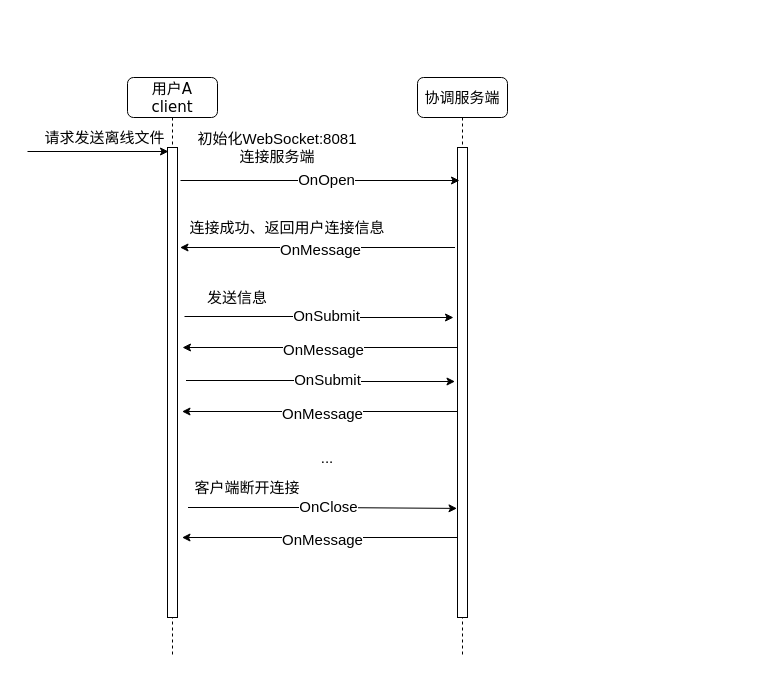
The draw.io diagram WebSocket连接.drawio in Whistle1988/code, before the edit. Source tidied: cells renumbered, new cells numbered last; positions are measured from the earlier drawing's top-left corner, leaving out a move shared by most shapes. Both pictures are drawn from the tidied source at 100%, with x=0, y=0 at pixel (27, 77).
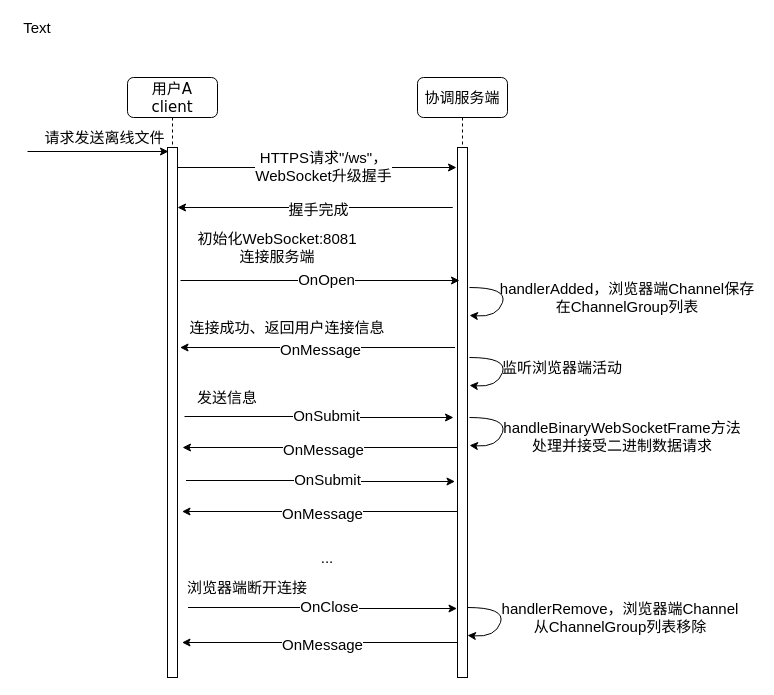
Above is the later version.

Change to the diagram source:
```diff
@@
     <mxCell id="2" value="协调服务端" style="shape=umlLifeline;perimeter=lifelinePerimeter;whiteSpace=wrap;html=1;rounded=1;shadow=0;comic=0;labelBackgroundColor=none;strokeWidth=1;fontFamily=Verdana;fontSize=15;align=center;flipH=1;" parent="1" vertex="1">
-      <mxGeometry x="390" width="90" height="580" as="geometry" />
+      <mxGeometry x="390" width="90" height="600" as="geometry" />
     </mxCell>
     <mxCell id="3" style="html=1;perimeter=orthogonalPerimeter;rounded=0;shadow=0;comic=0;labelBackgroundColor=none;strokeWidth=1;fontFamily=Verdana;fontSize=15;align=center;" parent="2" vertex="1">
-      <mxGeometry x="40" y="70" width="10" height="470" as="geometry" />
+      <mxGeometry x="40" y="70" width="10" height="530" as="geometry" />
     </mxCell>
+    <mxCell id="29" style="curved=1;endArrow=classic;html=1;fontSize=15;entryX=1.2;entryY=0.421;entryDx=0;entryDy=0;entryPerimeter=0;" parent="2" edge="1">
+      <mxGeometry relative="1" as="geometry">
+        <mxPoint x="52" y="340" as="sourcePoint" />
+        <mxPoint x="52" y="367.9" as="targetPoint" />
+        <Array as="points">
+          <mxPoint x="90" y="340" />
+          <mxPoint x="80" y="370" />
+        </Array>
+      </mxGeometry>
+    </mxCell>
     <mxCell id="4" value="用户A&lt;br style=&quot;font-size: 15px;&quot;&gt;client" style="shape=umlLifeline;perimeter=lifelinePerimeter;whiteSpace=wrap;html=1;rounded=1;shadow=0;comic=0;labelBackgroundColor=none;strokeWidth=1;fontFamily=Verdana;fontSize=15;align=center;flipH=1;" parent="1" vertex="1">
-      <mxGeometry x="100" width="90" height="580" as="geometry" />
+      <mxGeometry x="100" width="90" height="600" as="geometry" />
     </mxCell>
     <mxCell id="5" style="html=1;perimeter=orthogonalPerimeter;rounded=0;shadow=0;comic=0;labelBackgroundColor=none;strokeWidth=1;fontFamily=Verdana;fontSize=15;align=center;" parent="4" vertex="1">
-      <mxGeometry x="40" y="70" width="10" height="470" as="geometry" />
+      <mxGeometry x="40" y="70" width="10" height="530" as="geometry" />
     </mxCell>
@@
     <mxCell id="8" style="edgeStyle=orthogonalEdgeStyle;rounded=0;orthogonalLoop=1;jettySize=auto;html=1;fontSize=15;" parent="1" edge="1">
       <mxGeometry relative="1" as="geometry">
-        <mxPoint x="153" y="103" as="sourcePoint" />
-        <mxPoint x="432" y="103" as="targetPoint" />
+        <mxPoint x="153" y="203" as="sourcePoint" />
+        <mxPoint x="432" y="203" as="targetPoint" />
       </mxGeometry>
     </mxCell>
@@
     <mxCell id="10" style="edgeStyle=orthogonalEdgeStyle;rounded=0;orthogonalLoop=1;jettySize=auto;html=1;fontSize=15;" parent="1" edge="1">
       <mxGeometry relative="1" as="geometry">
-        <mxPoint x="419.5" y="170" as="sourcePoint" />
-        <mxPoint x="152.5" y="170" as="targetPoint" />
+        <mxPoint x="419.5" y="270" as="sourcePoint" />
+        <mxPoint x="152.5" y="270" as="targetPoint" />
         <Array as="points">
-          <mxPoint x="427.5" y="170" />
+          <mxPoint x="427.5" y="270" />
         </Array>
       </mxGeometry>
     </mxCell>
@@
     <mxCell id="12" value="连接成功、返回用户连接信息" style="text;html=1;strokeColor=none;fillColor=none;align=center;verticalAlign=middle;whiteSpace=wrap;rounded=0;fontSize=15;" parent="1" vertex="1">
-      <mxGeometry x="160" y="140" width="200" height="20" as="geometry" />
+      <mxGeometry x="160" y="240" width="200" height="20" as="geometry" />
     </mxCell>
     <mxCell id="13" style="edgeStyle=orthogonalEdgeStyle;rounded=0;orthogonalLoop=1;jettySize=auto;html=1;exitX=1.3;exitY=0.078;exitDx=0;exitDy=0;exitPerimeter=0;fontSize=15;" parent="1" edge="1">
       <mxGeometry relative="1" as="geometry">
-        <mxPoint x="157" y="239" as="sourcePoint" />
-        <mxPoint x="426" y="240" as="targetPoint" />
+        <mxPoint x="157" y="339" as="sourcePoint" />
+        <mxPoint x="426" y="340" as="targetPoint" />
         <Array as="points">
-          <mxPoint x="292" y="240" />
+          <mxPoint x="292" y="340" />
         </Array>
       </mxGeometry>
     </mxCell>
@@
     <mxCell id="15" value="发送信息" style="text;html=1;strokeColor=none;fillColor=none;align=center;verticalAlign=middle;whiteSpace=wrap;rounded=0;fontSize=15;" parent="1" vertex="1">
-      <mxGeometry x="120" y="210" width="180" height="20" as="geometry" />
+      <mxGeometry x="110" y="310" width="180" height="20" as="geometry" />
     </mxCell>
     <mxCell id="16" style="edgeStyle=orthogonalEdgeStyle;rounded=0;orthogonalLoop=1;jettySize=auto;html=1;fontSize=15;" parent="1" edge="1">
       <mxGeometry relative="1" as="geometry">
-        <mxPoint x="422" y="270" as="sourcePoint" />
-        <mxPoint x="155" y="270" as="targetPoint" />
+        <mxPoint x="422" y="370" as="sourcePoint" />
+        <mxPoint x="155" y="370" as="targetPoint" />
         <Array as="points">
-          <mxPoint x="430" y="270" />
+          <mxPoint x="430" y="370" />
         </Array>
       </mxGeometry>
     </mxCell>
@@
     <mxCell id="18" value="..." style="text;html=1;strokeColor=none;fillColor=none;align=center;verticalAlign=middle;whiteSpace=wrap;rounded=0;fontSize=15;" parent="1" vertex="1">
-      <mxGeometry x="280" y="370" width="40" height="20" as="geometry" />
+      <mxGeometry x="280" y="470" width="40" height="20" as="geometry" />
     </mxCell>
     <mxCell id="19" style="edgeStyle=orthogonalEdgeStyle;rounded=0;orthogonalLoop=1;jettySize=auto;html=1;exitX=1.3;exitY=0.078;exitDx=0;exitDy=0;exitPerimeter=0;fontSize=15;" parent="1" edge="1">
       <mxGeometry relative="1" as="geometry">
-        <mxPoint x="160.5" y="430" as="sourcePoint" />
-        <mxPoint x="429.5" y="430.9" as="targetPoint" />
+        <mxPoint x="160.5" y="530" as="sourcePoint" />
+        <mxPoint x="429.5" y="531" as="targetPoint" />
         <Array as="points">
-          <mxPoint x="295.5" y="430.9" />
+          <mxPoint x="295.5" y="531" />
         </Array>
       </mxGeometry>
     </mxCell>
@@
-    <mxCell id="21" value="客户端断开连接" style="text;html=1;strokeColor=none;fillColor=none;align=center;verticalAlign=middle;whiteSpace=wrap;rounded=0;fontSize=15;" parent="1" vertex="1">
-      <mxGeometry x="130" y="400" width="180" height="20" as="geometry" />
+    <mxCell id="21" value="浏览器端断开连接" style="text;html=1;strokeColor=none;fillColor=none;align=center;verticalAlign=middle;whiteSpace=wrap;rounded=0;fontSize=15;" parent="1" vertex="1">
+      <mxGeometry x="130" y="500" width="180" height="20" as="geometry" />
     </mxCell>
     <mxCell id="22" style="edgeStyle=orthogonalEdgeStyle;rounded=0;orthogonalLoop=1;jettySize=auto;html=1;fontSize=15;" parent="1" edge="1">
       <mxGeometry relative="1" as="geometry">
-        <mxPoint x="421.5" y="460" as="sourcePoint" />
-        <mxPoint x="154.5" y="460" as="targetPoint" />
+        <mxPoint x="421.5" y="565" as="sourcePoint" />
+        <mxPoint x="154.5" y="565" as="targetPoint" />
         <Array as="points">
-          <mxPoint x="429.5" y="460" />
+          <mxPoint x="429.5" y="565" />
         </Array>
       </mxGeometry>
     </mxCell>
@@
     <mxCell id="24" style="edgeStyle=orthogonalEdgeStyle;rounded=0;orthogonalLoop=1;jettySize=auto;html=1;exitX=1.3;exitY=0.078;exitDx=0;exitDy=0;exitPerimeter=0;fontSize=15;" parent="1" edge="1">
       <mxGeometry relative="1" as="geometry">
-        <mxPoint x="158.5" y="303" as="sourcePoint" />
-        <mxPoint x="427.5" y="304" as="targetPoint" />
+        <mxPoint x="158.5" y="403" as="sourcePoint" />
+        <mxPoint x="427.5" y="404" as="targetPoint" />
         <Array as="points">
-          <mxPoint x="293.5" y="304" />
+          <mxPoint x="293.5" y="404" />
         </Array>
       </mxGeometry>
     </mxCell>
@@
     <mxCell id="26" style="edgeStyle=orthogonalEdgeStyle;rounded=0;orthogonalLoop=1;jettySize=auto;html=1;fontSize=15;" parent="1" edge="1">
       <mxGeometry relative="1" as="geometry">
-        <mxPoint x="421.5" y="334" as="sourcePoint" />
-        <mxPoint x="154.5" y="334" as="targetPoint" />
+        <mxPoint x="421.5" y="434" as="sourcePoint" />
+        <mxPoint x="154.5" y="434" as="targetPoint" />
         <Array as="points">
-          <mxPoint x="429.5" y="334" />
+          <mxPoint x="429.5" y="434" />
         </Array>
       </mxGeometry>
     </mxCell>
@@
     <mxCell id="28" value="初始化WebSocket:8081&lt;br style=&quot;font-size: 15px;&quot;&gt;连接服务端" style="text;html=1;strokeColor=none;fillColor=none;align=center;verticalAlign=middle;whiteSpace=wrap;rounded=0;fontSize=15;" parent="1" vertex="1">
-      <mxGeometry x="160" y="60" width="180" height="20" as="geometry" />
+      <mxGeometry x="160" y="160" width="180" height="20" as="geometry" />
     </mxCell>
+    <mxCell id="30" value="&lt;br&gt;handleBinaryWebSocketFrame方法处理并接受二进制数据请求" style="text;html=1;strokeColor=none;fillColor=none;align=center;verticalAlign=middle;whiteSpace=wrap;rounded=0;fontSize=15;" parent="1" vertex="1">
+      <mxGeometry x="470" y="340" width="250" height="20" as="geometry" />
+    </mxCell>
+    <mxCell id="31" style="edgeStyle=orthogonalEdgeStyle;rounded=0;orthogonalLoop=1;jettySize=auto;html=1;fontSize=15;" parent="1" edge="1">
+      <mxGeometry relative="1" as="geometry">
+        <mxPoint x="150" y="90" as="sourcePoint" />
+        <mxPoint x="429" y="90" as="targetPoint" />
+      </mxGeometry>
+    </mxCell>
+    <mxCell id="32" value="HTTPS请求&quot;/ws&quot;，&lt;br&gt;WebSocket升级握手" style="edgeLabel;html=1;align=center;verticalAlign=middle;fontSize=15;" parent="31" vertex="1">
+      <mxGeometry x="-0.04" y="2" relative="1" as="geometry">
+        <mxPoint x="11" as="offset" />
+      </mxGeometry>
+    </mxCell>
+    <mxCell id="33" style="edgeStyle=orthogonalEdgeStyle;rounded=0;orthogonalLoop=1;jettySize=auto;html=1;fontSize=15;" parent="1" edge="1">
+      <mxGeometry relative="1" as="geometry">
+        <mxPoint x="417" y="130" as="sourcePoint" />
+        <mxPoint x="150" y="130" as="targetPoint" />
+        <Array as="points">
+          <mxPoint x="425" y="130" />
+        </Array>
+      </mxGeometry>
+    </mxCell>
+    <mxCell id="34" value="握手完成" style="edgeLabel;html=1;align=center;verticalAlign=middle;fontSize=15;" parent="33" vertex="1">
+      <mxGeometry x="0.22" y="1" relative="1" as="geometry">
+        <mxPoint x="30" as="offset" />
+      </mxGeometry>
+    </mxCell>
+    <mxCell id="35" style="curved=1;endArrow=classic;html=1;fontSize=15;entryX=1.2;entryY=0.421;entryDx=0;entryDy=0;entryPerimeter=0;" parent="1" edge="1">
+      <mxGeometry relative="1" as="geometry">
+        <mxPoint x="442" y="210" as="sourcePoint" />
+        <mxPoint x="442" y="237.9" as="targetPoint" />
+        <Array as="points">
+          <mxPoint x="480" y="210" />
+          <mxPoint x="470" y="240" />
+        </Array>
+      </mxGeometry>
+    </mxCell>
+    <mxCell id="36" value="handlerAdded，浏览器端Channel保存在ChannelGroup列表" style="text;html=1;strokeColor=none;fillColor=none;align=center;verticalAlign=middle;whiteSpace=wrap;rounded=0;fontSize=15;" parent="1" vertex="1">
+      <mxGeometry x="470" y="210" width="260" height="20" as="geometry" />
+    </mxCell>
+    <mxCell id="37" style="curved=1;endArrow=classic;html=1;fontSize=15;entryX=1.2;entryY=0.421;entryDx=0;entryDy=0;entryPerimeter=0;" parent="1" edge="1">
+      <mxGeometry relative="1" as="geometry">
+        <mxPoint x="440" y="530" as="sourcePoint" />
+        <mxPoint x="440" y="557.9" as="targetPoint" />
+        <Array as="points">
+          <mxPoint x="478" y="530" />
+          <mxPoint x="468" y="560" />
+        </Array>
+      </mxGeometry>
+    </mxCell>
+    <mxCell id="38" value="handlerRemove，浏览器端Channel从ChannelGroup列表移除" style="text;html=1;strokeColor=none;fillColor=none;align=center;verticalAlign=middle;whiteSpace=wrap;rounded=0;fontSize=15;" parent="1" vertex="1">
+      <mxGeometry x="468" y="530" width="250" height="20" as="geometry" />
+    </mxCell>
+    <mxCell id="39" style="curved=1;endArrow=classic;html=1;fontSize=15;entryX=1.2;entryY=0.421;entryDx=0;entryDy=0;entryPerimeter=0;" parent="1" edge="1">
+      <mxGeometry relative="1" as="geometry">
+        <mxPoint x="442" y="280" as="sourcePoint" />
+        <mxPoint x="442" y="307.9" as="targetPoint" />
+        <Array as="points">
+          <mxPoint x="480" y="280" />
+          <mxPoint x="470" y="310" />
+        </Array>
+      </mxGeometry>
+    </mxCell>
+    <mxCell id="40" value="监听浏览器端活动" style="text;html=1;strokeColor=none;fillColor=none;align=center;verticalAlign=middle;whiteSpace=wrap;rounded=0;fontSize=15;" parent="1" vertex="1">
+      <mxGeometry x="410" y="280" width="250" height="20" as="geometry" />
+    </mxCell>
+    <mxCell id="41" value="Text" style="text;html=1;strokeColor=none;fillColor=none;align=center;verticalAlign=middle;whiteSpace=wrap;rounded=0;fontSize=15;" parent="1" vertex="1">
+      <mxGeometry x="-10" y="-60" width="40" height="20" as="geometry" />
+    </mxCell>
```
